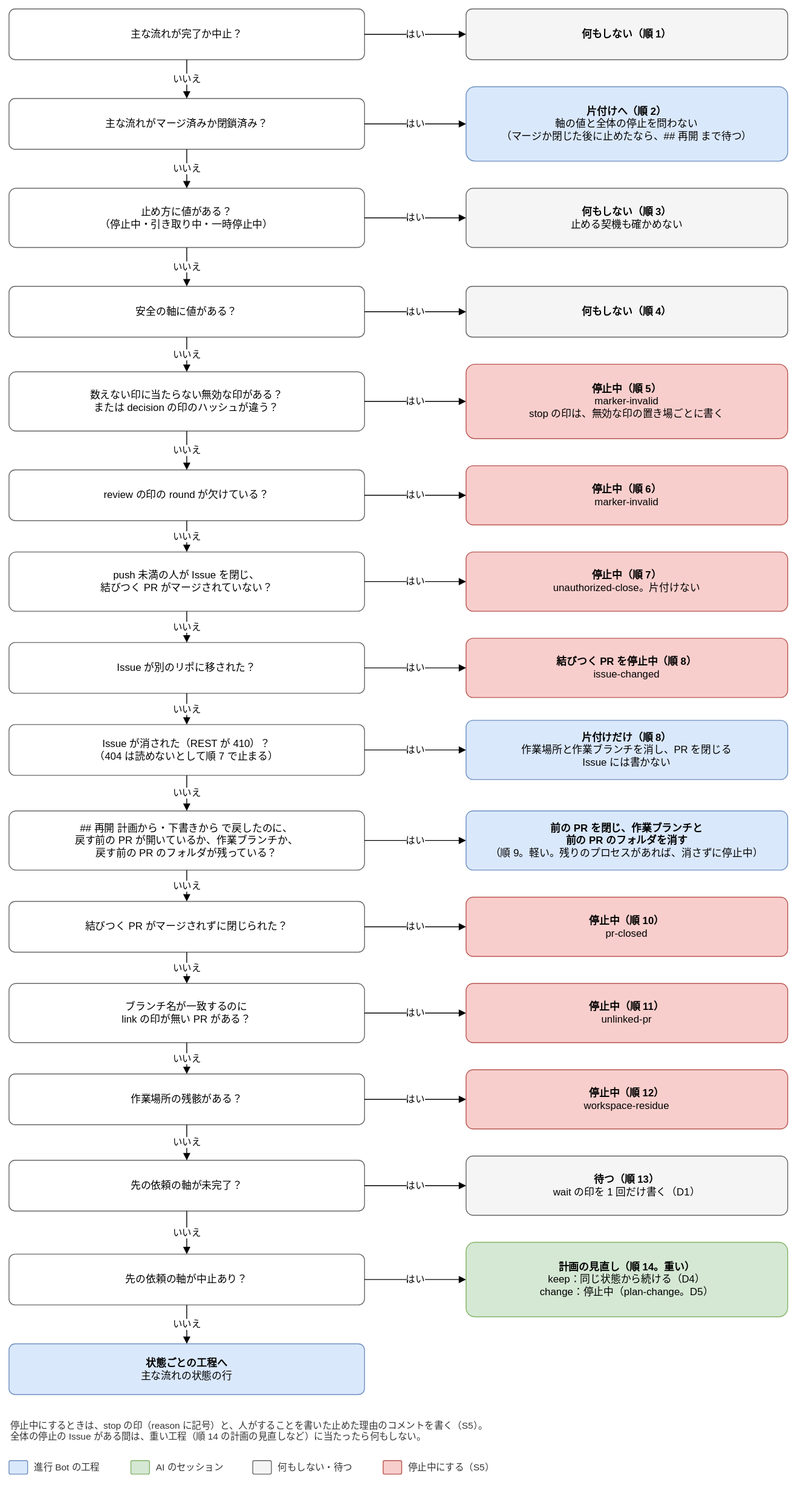
Earlier version of the draw.io export docs/design/basic/diagrams/02-next-step-stops.drawio.svg (Joymerrevent/dev-autopilot). Source tidied: cells renumbered, new cells last; positions are measured from the earlier drawing's top-left corner, leaving out a move shared by most shapes.
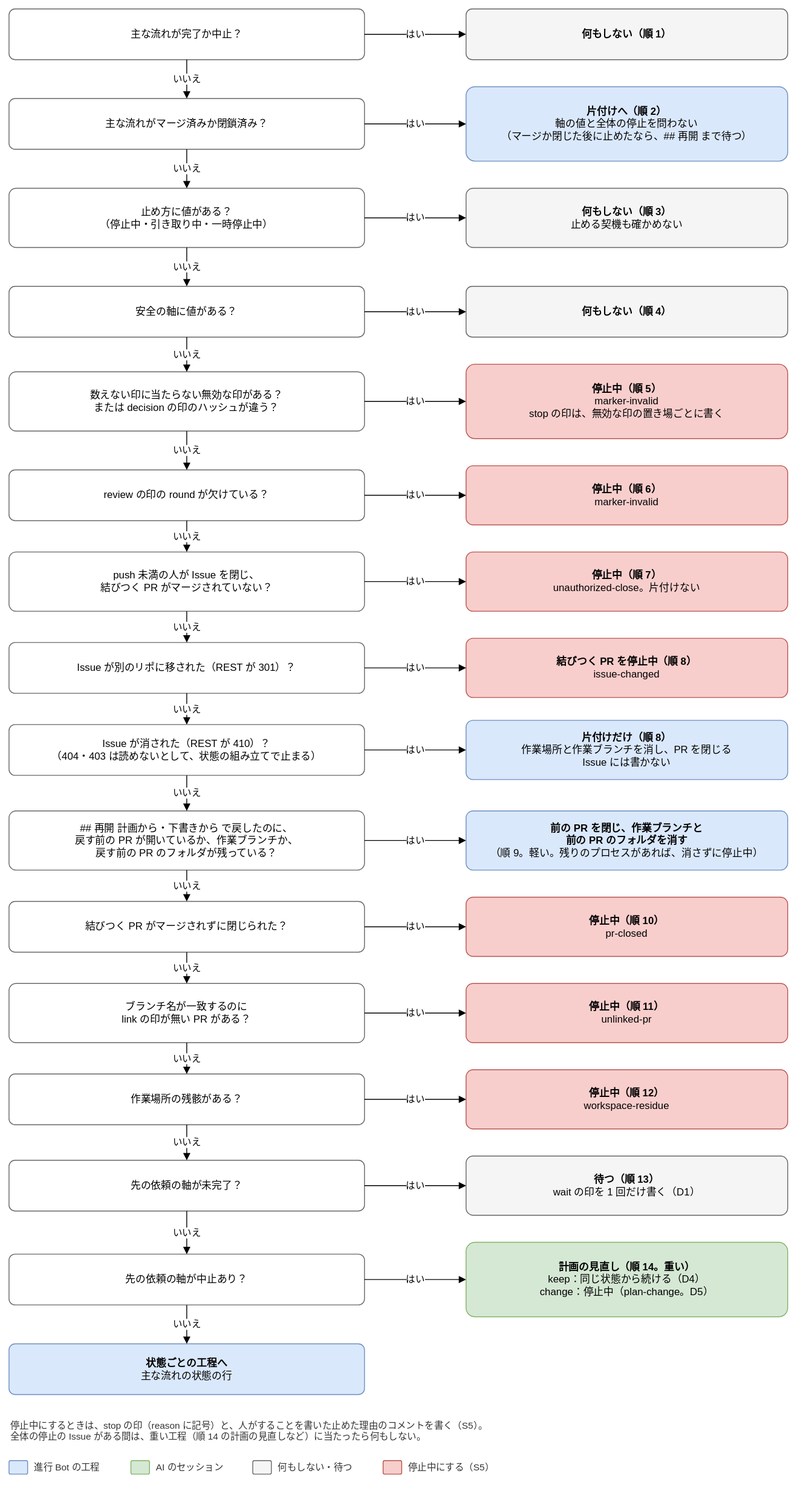
The same file after the commit.

Commit message:
docs(design): 基本設計の図で、移されたと消されたの問いを REST の 301 と 410 の言い方にそろえる

6 回目の再レビューの指摘を直す（R1-40・R1-43）。

- 02-next-step-stops：q7 を「Issue が別のリポに移された（REST が 301）？」、q7b の括弧を
  「404・403 は読めないとして、状態の組み立てで止まる」にする
- 02-workspace-residue：q1 の括弧を「REST をたどらずに引いて 301」、q1b の括弧を
  「404・403 は読めないとして扱う」にする

Claude-Session: https://claude.ai/code/session_01LvmXQN14Y95msvojZ6hWNP

The edit, as a diff of the source:
```diff
@@ -83,7 +83,7 @@
     <mxCell id="28" value="いいえ" style="edgeStyle=orthogonalEdgeStyle;rounded=1;html=1;endArrow=block;endFill=1;fontSize=11;labelBackgroundColor=#ffffff;exitX=0.5;exitY=1;exitDx=0;exitDy=0;entryX=0.5;entryY=0;entryDx=0;entryDy=0;" parent="1" edge="1" source="21" target="25">
       <mxGeometry relative="1" as="geometry" />
     </mxCell>
-    <mxCell id="29" value="Issue が別のリポに移された？" style="rounded=1;whiteSpace=wrap;html=1;fontSize=12;arcSize=12;spacing=12;fillColor=#ffffff;strokeColor=#666666;" parent="1" vertex="1">
+    <mxCell id="29" value="Issue が別のリポに移された（REST が 301）？" style="rounded=1;whiteSpace=wrap;html=1;fontSize=12;arcSize=12;spacing=12;fillColor=#ffffff;strokeColor=#666666;" parent="1" vertex="1">
       <mxGeometry y="749" width="420" height="60" as="geometry" />
     </mxCell>
     <mxCell id="30" value="&lt;b&gt;結びつく PR を停止中（順 8）&lt;/b&gt;&lt;br&gt;issue-changed" style="rounded=1;whiteSpace=wrap;html=1;fontSize=12;arcSize=12;spacing=12;fillColor=#f8cecc;strokeColor=#b85450;" parent="1" vertex="1">
@@ -200,7 +200,7 @@
     <mxCell id="67" value="停止中にする（S5）" style="text;html=1;align=left;verticalAlign=middle;fontSize=11;fontColor=#333333;" parent="1" vertex="1">
       <mxGeometry x="470" y="1714" width="120" height="20" as="geometry" />
     </mxCell>
-    <mxCell id="68" value="Issue が消された（REST が 410）？&lt;br&gt;（404 は読めないとして順 7 で止まる）" style="rounded=1;whiteSpace=wrap;html=1;fontSize=12;arcSize=12;spacing=12;fillColor=#ffffff;strokeColor=#666666;" parent="1" vertex="1">
+    <mxCell id="68" value="Issue が消された（REST が 410）？&lt;br&gt;（404・403 は読めないとして、状態の組み立てで止まる）" style="rounded=1;whiteSpace=wrap;html=1;fontSize=12;arcSize=12;spacing=12;fillColor=#ffffff;strokeColor=#666666;" parent="1" vertex="1">
       <mxGeometry y="846" width="420" height="60" as="geometry" />
     </mxCell>
     <mxCell id="69" value="&lt;b&gt;片付けだけ（順 8）&lt;/b&gt;&lt;br&gt;作業場所と作業ブランチを消し、PR を閉じる&lt;br&gt;Issue には書かない" style="rounded=1;whiteSpace=wrap;html=1;fontSize=12;arcSize=12;spacing=12;fillColor=#dae8fc;strokeColor=#6c8ebf;" parent="1" vertex="1">
```
